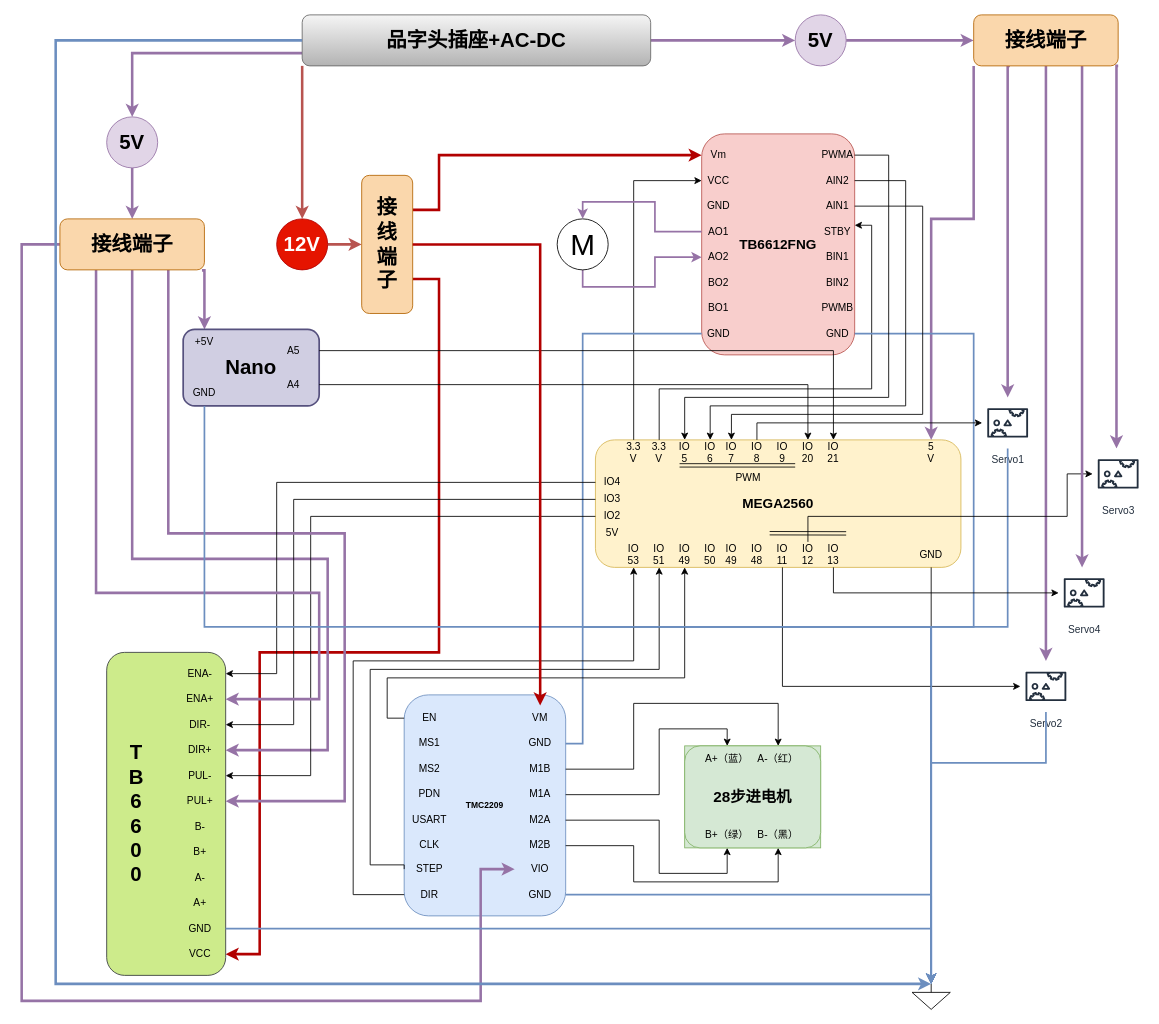
Above: 电路图出纸.drawio in xinlanzi/Induisal-design (draw.io), before the change. Source tidied: cells renumbered, new cells numbered last; positions are measured from the earlier drawing's top-left corner, leaving out a move shared by most shapes. Both pictures are drawn from the tidied source at 85%, with x=0, y=0 at pixel (21, 14).
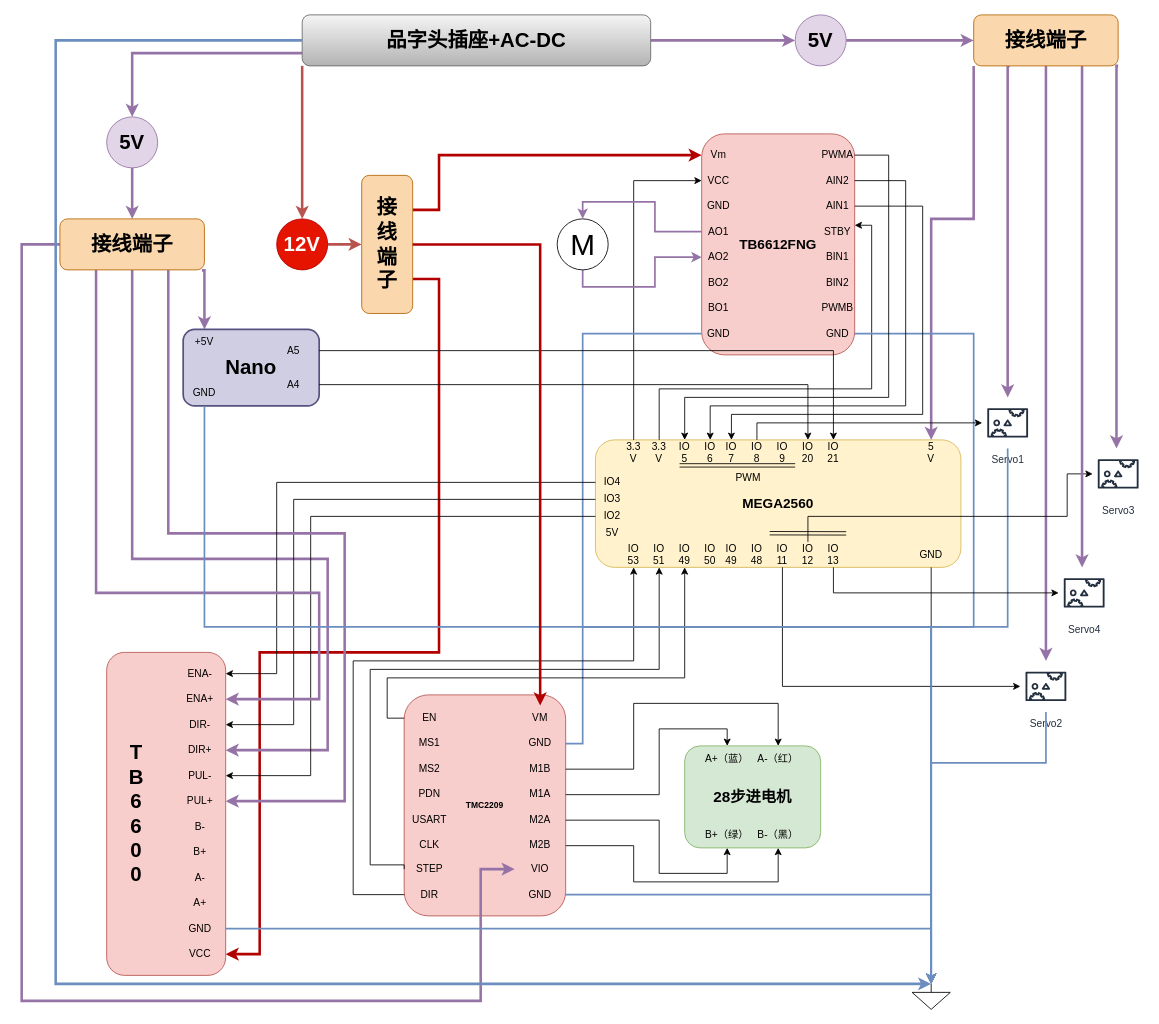
Above is the later version.

Commit message (it also covers changes not shown here):
更新电路图出纸.drawio

The change refers to these unchanged cells:
```xml
<mxCell id="65" style="group;" parent="1" vertex="1">
  <mxGeometry x="450" y="800" width="190" height="260" as="geometry" />
</mxCell>
<mxCell id="111" style="group;" parent="1" vertex="1">
  <mxGeometry x="100" y="750" width="140" height="380" as="geometry" />
</mxCell>
```

What changed in the source:
```diff
@@
-    <mxCell id="66" value="&lt;font size=&quot;1&quot;&gt;&lt;b&gt;TMC2209&lt;/b&gt;&lt;/font&gt;" style="rounded=1;whiteSpace=wrap;html=1;fillColor=#dae8fc;strokeColor=#6c8ebf;" parent="65" vertex="1">
+    <mxCell id="66" value="&lt;font size=&quot;1&quot;&gt;&lt;b&gt;TMC2209&lt;/b&gt;&lt;/font&gt;" style="rounded=1;whiteSpace=wrap;html=1;fillColor=#f8cecc;strokeColor=#b85450;" parent="65" vertex="1">
       <mxGeometry width="190" height="260" as="geometry" />
     </mxCell>
@@
-    <mxCell id="83" style="group;fillColor=#d5e8d4;strokeColor=#82b366;" parent="1" vertex="1">
+    <mxCell id="83" style="group;" parent="1" vertex="1">
       <mxGeometry x="780" y="860" width="160" height="120" as="geometry" />
     </mxCell>
@@
-    <mxCell id="112" style="rounded=1;whiteSpace=wrap;html=1;fillColor=#cdeb8b;strokeColor=#36393d;" parent="111" vertex="1">
+    <mxCell id="112" style="rounded=1;whiteSpace=wrap;html=1;fillColor=#f8cecc;strokeColor=#b85450;" parent="111" vertex="1">
       <mxGeometry width="140" height="380" as="geometry" />
     </mxCell>
```
